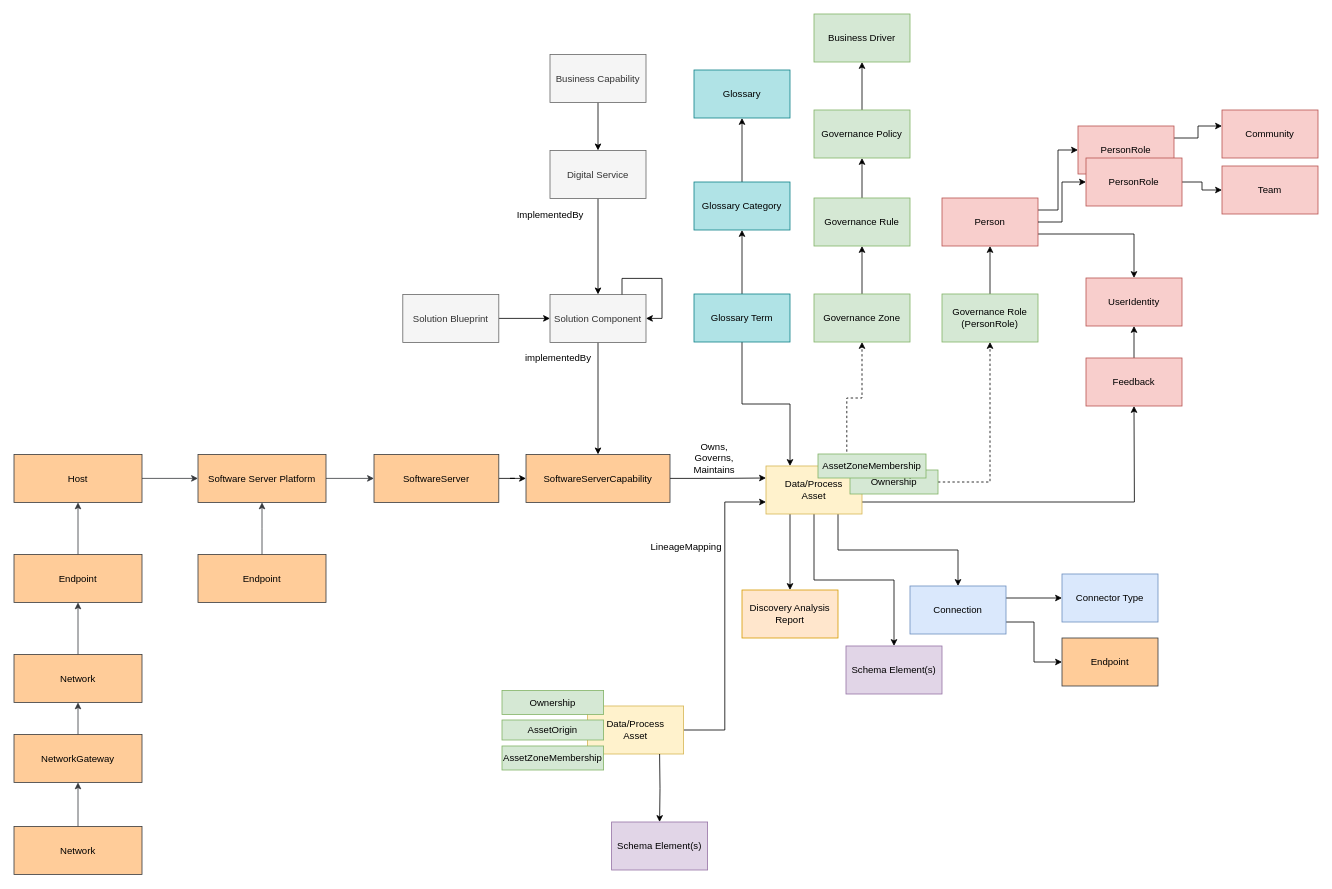
Earlier version of the draw.io diagram page "bigger-picture" (9 of 12) of site/docs/content-packs/simple-content-pack/egeria-data-apis-events-catalog.drawio (odpi/egeria-docs). Source tidied: cells renumbered, new cells numbered last; positions are measured from the earlier drawing's top-left corner, leaving out a move shared by most shapes. Both pictures are drawn from the tidied source at 80%, with x=0, y=0 at pixel (14, 14).
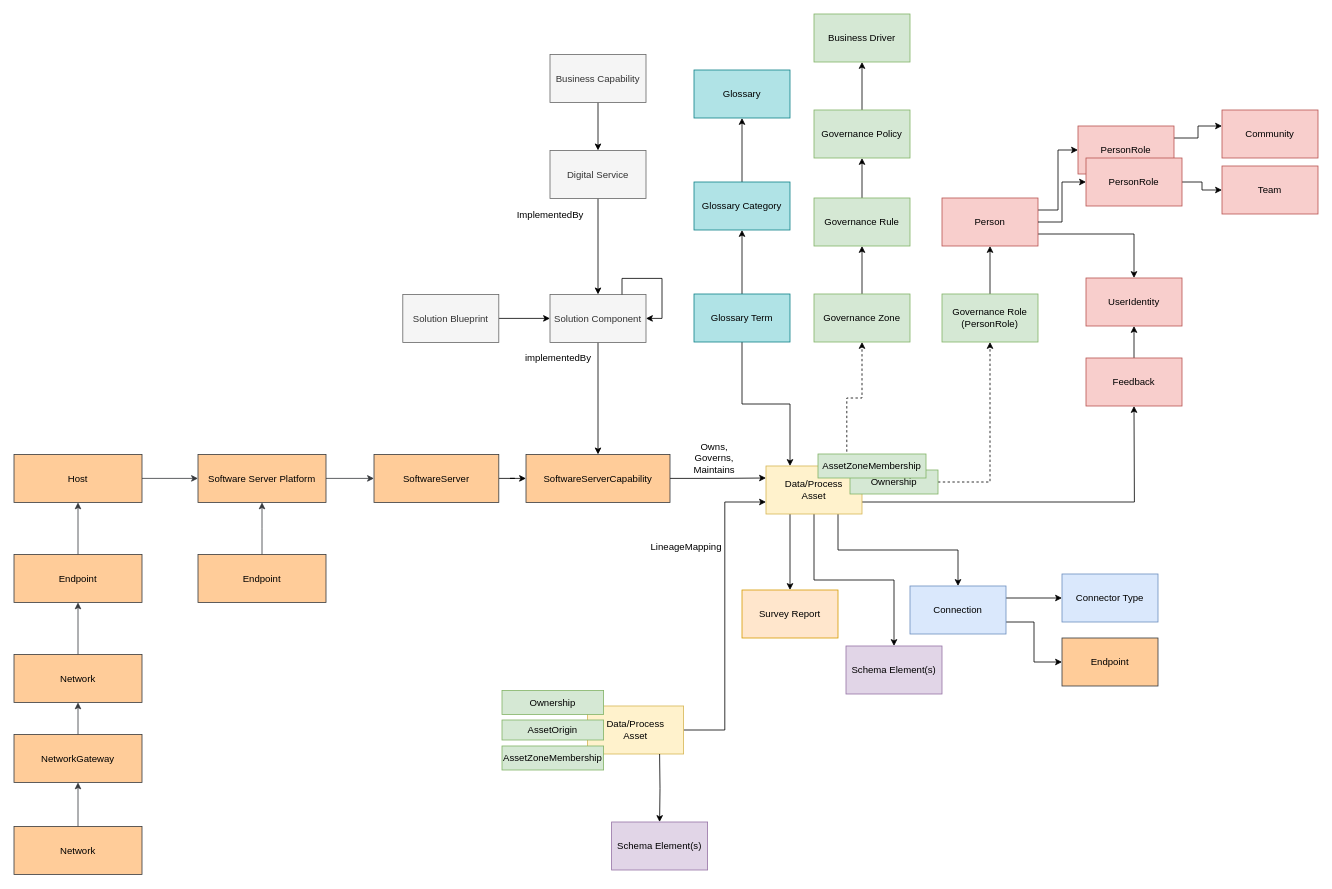
Above is the later version.

Change to the diagram source:
```diff
@@
-    <mxCell id="58" value="Discovery Analysis&lt;br&gt;Report" style="rounded=0;whiteSpace=wrap;html=1;shadow=0;fillColor=#ffe6cc;strokeColor=#d79b00;" parent="1" vertex="1">
+    <mxCell id="58" value="Survey Report" style="rounded=0;whiteSpace=wrap;html=1;shadow=0;fillColor=#ffe6cc;strokeColor=#d79b00;" parent="1" vertex="1">
       <mxGeometry x="910" y="720" width="120" height="60" as="geometry" />
     </mxCell>
```
